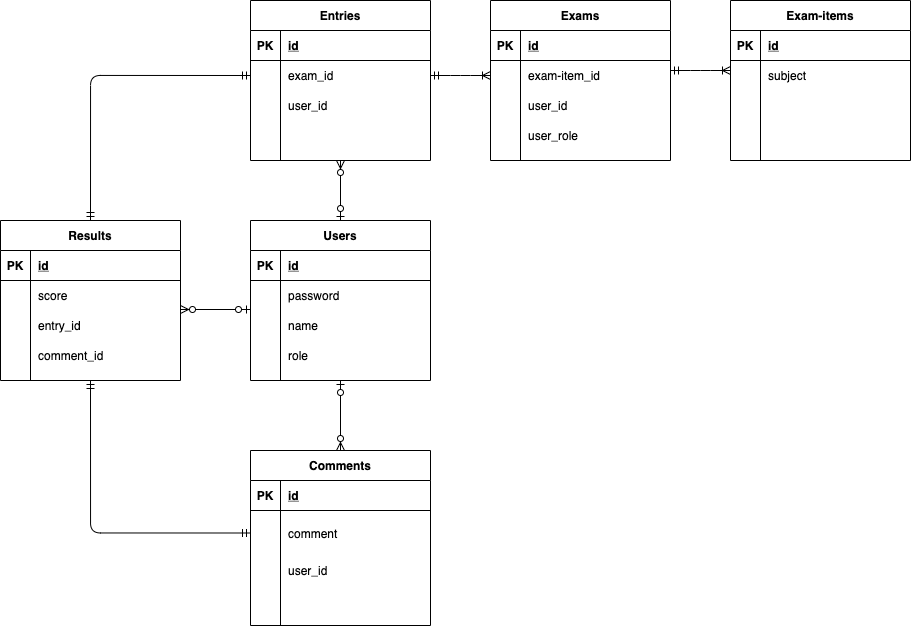
This is sample.drawio.png from takichee/coachtech-practice-er, a draw.io export, as it was before one commit. Source tidied: cells renumbered, new cells last; positions are measured from the earlier drawing's top-left corner, leaving out a move shared by most shapes.
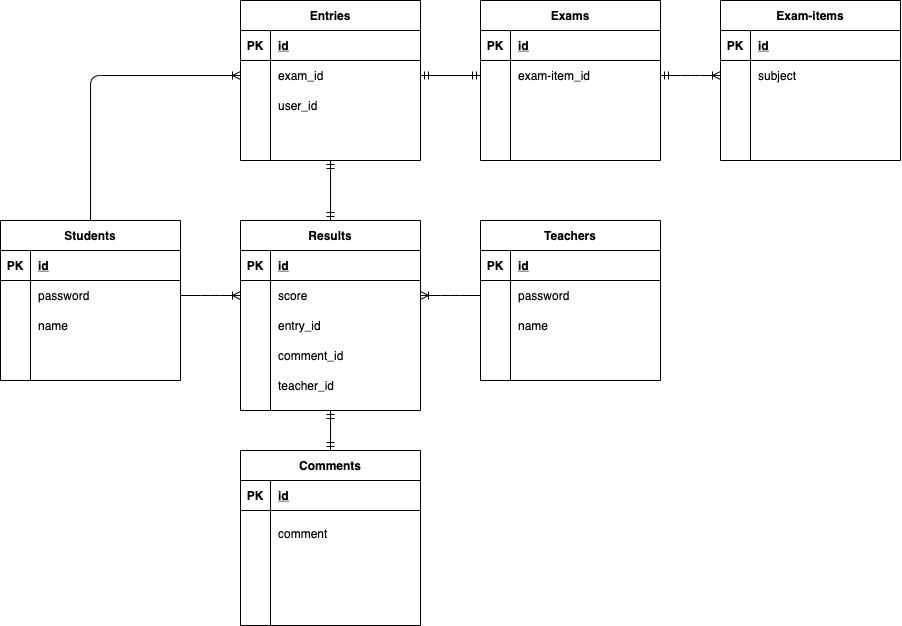
The same diagram one commit later.

The edit, as a diff of the source:
```diff
@@ -2,8 +2,8 @@
   <root>
     <mxCell id="0" />
     <mxCell id="1" parent="0" />
-    <mxCell id="2" value="Users" style="shape=table;startSize=30;rowLines=0;fontStyle=1;align=center;" parent="1" vertex="1">
-      <mxGeometry x="250" y="220" width="180" height="160" as="geometry" />
+    <mxCell id="2" value="Students" style="shape=table;startSize=30;rowLines=0;fontStyle=1;align=center;" parent="1" vertex="1">
+      <mxGeometry x="10" y="220" width="180" height="160" as="geometry" />
     </mxCell>
     <mxCell id="3" style="shape=partialRectangle;fillColor=none;top=0;left=0;bottom=1;right=0;" parent="2" vertex="1">
       <mxGeometry y="30" width="180" height="30" as="geometry" />
@@ -32,17 +32,17 @@
     <mxCell id="11" value="name" style="shape=partialRectangle;fillColor=none;top=0;left=0;bottom=0;right=0;align=left;spacingLeft=6;overflow=hidden;" parent="9" vertex="1">
       <mxGeometry x="30" width="150" height="30" as="geometry" />
     </mxCell>
-    <mxCell id="12" style="shape=partialRectangle;fillColor=none;top=0;left=0;bottom=0;right=0;" parent="2" vertex="1">
-      <mxGeometry y="120" width="180" height="30" as="geometry" />
-    </mxCell>
-    <mxCell id="13" style="shape=partialRectangle;fillColor=none;top=0;left=0;bottom=0;right=0;overflow=hidden;" parent="12" vertex="1">
-      <mxGeometry width="30" height="30" as="geometry" />
-    </mxCell>
-    <mxCell id="14" value="role" style="shape=partialRectangle;fillColor=none;top=0;left=0;bottom=0;right=0;align=left;spacingLeft=6;overflow=hidden;" parent="12" vertex="1">
-      <mxGeometry x="30" width="150" height="30" as="geometry" />
-    </mxCell>
+    <mxCell id="87" style="shape=partialRectangle;fillColor=none;top=0;left=0;bottom=0;right=0;" parent="2" vertex="1">
+      <mxGeometry y="120" width="180" height="30" as="geometry" />
+    </mxCell>
+    <mxCell id="88" style="shape=partialRectangle;fillColor=none;top=0;left=0;bottom=0;right=0;overflow=hidden;" parent="87" vertex="1">
+      <mxGeometry width="30" height="30" as="geometry" />
+    </mxCell>
+    <mxCell id="89" style="shape=partialRectangle;fillColor=none;top=0;left=0;bottom=0;right=0;align=left;spacingLeft=6;overflow=hidden;" parent="87" vertex="1">
+      <mxGeometry x="30" width="150" height="30" as="geometry" />
+    </mxCell>
     <mxCell id="15" value="Results" style="shape=table;startSize=30;rowLines=0;fontStyle=1;align=center;" parent="1" vertex="1">
-      <mxGeometry y="220" width="180" height="160" as="geometry" />
+      <mxGeometry x="250" y="220" width="180" height="190" as="geometry" />
     </mxCell>
     <mxCell id="16" style="shape=partialRectangle;fillColor=none;top=0;left=0;bottom=1;right=0;" parent="15" vertex="1">
       <mxGeometry y="30" width="180" height="30" as="geometry" />
@@ -80,6 +80,15 @@
     <mxCell id="27" value="comment_id" style="shape=partialRectangle;fillColor=none;top=0;left=0;bottom=0;right=0;align=left;spacingLeft=6;overflow=hidden;" parent="25" vertex="1">
       <mxGeometry x="30" width="150" height="30" as="geometry" />
     </mxCell>
+    <mxCell id="90" style="shape=partialRectangle;fillColor=none;top=0;left=0;bottom=0;right=0;" parent="15" vertex="1">
+      <mxGeometry y="150" width="180" height="30" as="geometry" />
+    </mxCell>
+    <mxCell id="91" style="shape=partialRectangle;fillColor=none;top=0;left=0;bottom=0;right=0;overflow=hidden;" parent="90" vertex="1">
+      <mxGeometry width="30" height="30" as="geometry" />
+    </mxCell>
+    <mxCell id="92" value="teacher_id" style="shape=partialRectangle;fillColor=none;top=0;left=0;bottom=0;right=0;align=left;spacingLeft=6;overflow=hidden;" parent="90" vertex="1">
+      <mxGeometry x="30" width="150" height="30" as="geometry" />
+    </mxCell>
     <mxCell id="28" value="Entries" style="shape=table;startSize=30;rowLines=0;fontStyle=1;align=center;" parent="1" vertex="1">
       <mxGeometry x="250" width="180" height="160" as="geometry" />
     </mxCell>
@@ -158,9 +167,6 @@
     <mxCell id="53" style="shape=partialRectangle;fillColor=none;top=0;left=0;bottom=0;right=0;align=left;spacingLeft=6;overflow=hidden;" parent="51" vertex="1">
       <mxGeometry x="30" width="150" height="30" as="geometry" />
     </mxCell>
-    <mxCell id="54" style="fontSize=12;html=1;endArrow=ERzeroToMany;startArrow=ERzeroToOne;exitX=0.5;exitY=0;exitDx=0;exitDy=0;entryX=0.5;entryY=1;entryDx=0;entryDy=0;" parent="1" edge="1" source="2" target="28">
-      <mxGeometry relative="1" as="geometry" />
-    </mxCell>
     <mxCell id="55" value="Exams" style="shape=table;startSize=30;rowLines=0;fontStyle=1;align=center;" parent="1" vertex="1">
       <mxGeometry x="490" width="180" height="160" as="geometry" />
     </mxCell>
@@ -188,7 +194,7 @@
     <mxCell id="63" style="shape=partialRectangle;fillColor=none;top=0;left=0;bottom=0;right=0;overflow=hidden;" parent="62" vertex="1">
       <mxGeometry width="30" height="30" as="geometry" />
     </mxCell>
-    <mxCell id="64" value="user_id" style="shape=partialRectangle;fillColor=none;top=0;left=0;bottom=0;right=0;align=left;spacingLeft=6;overflow=hidden;" parent="62" vertex="1">
+    <mxCell id="64" style="shape=partialRectangle;fillColor=none;top=0;left=0;bottom=0;right=0;align=left;spacingLeft=6;overflow=hidden;" parent="62" vertex="1">
       <mxGeometry x="30" width="150" height="30" as="geometry" />
     </mxCell>
     <mxCell id="65" style="shape=partialRectangle;fillColor=none;top=0;left=0;bottom=0;right=0;" parent="55" vertex="1">
@@ -197,7 +203,7 @@
     <mxCell id="66" style="shape=partialRectangle;fillColor=none;top=0;left=0;bottom=0;right=0;overflow=hidden;" parent="65" vertex="1">
       <mxGeometry width="30" height="30" as="geometry" />
     </mxCell>
-    <mxCell id="67" value="user_role" style="shape=partialRectangle;fillColor=none;top=0;left=0;bottom=0;right=0;align=left;spacingLeft=6;overflow=hidden;" parent="65" vertex="1">
+    <mxCell id="67" style="shape=partialRectangle;fillColor=none;top=0;left=0;bottom=0;right=0;align=left;spacingLeft=6;overflow=hidden;" parent="65" vertex="1">
       <mxGeometry x="30" width="150" height="30" as="geometry" />
     </mxCell>
     <mxCell id="68" value="Comments" style="shape=table;startSize=30;rowLines=0;fontStyle=1;align=center;" parent="1" vertex="1">
@@ -227,7 +233,7 @@
     <mxCell id="76" style="shape=partialRectangle;fillColor=none;top=0;left=0;bottom=0;right=0;overflow=hidden;" parent="75" vertex="1">
       <mxGeometry width="30" height="30" as="geometry" />
     </mxCell>
-    <mxCell id="77" value="user_id" style="shape=partialRectangle;fillColor=none;top=0;left=0;bottom=0;right=0;align=left;spacingLeft=6;overflow=hidden;" parent="75" vertex="1">
+    <mxCell id="77" style="shape=partialRectangle;fillColor=none;top=0;left=0;bottom=0;right=0;align=left;spacingLeft=6;overflow=hidden;" parent="75" vertex="1">
       <mxGeometry x="30" width="150" height="30" as="geometry" />
     </mxCell>
     <mxCell id="78" style="shape=partialRectangle;fillColor=none;top=0;left=0;bottom=0;right=0;" parent="68" vertex="1">
@@ -239,39 +245,67 @@
     <mxCell id="80" style="shape=partialRectangle;fillColor=none;top=0;left=0;bottom=0;right=0;align=left;spacingLeft=6;overflow=hidden;" parent="78" vertex="1">
       <mxGeometry x="30" width="150" height="30" as="geometry" />
     </mxCell>
-    <mxCell id="81" style="fontSize=12;html=1;endArrow=ERzeroToMany;startArrow=ERzeroToOne;entryX=0.5;entryY=0;entryDx=0;entryDy=0;" parent="1" edge="1" target="68">
-      <mxGeometry relative="1" as="geometry">
-        <mxPoint x="340" y="380" as="sourcePoint" />
-      </mxGeometry>
-    </mxCell>
-    <mxCell id="82" style="edgeStyle=orthogonalEdgeStyle;fontSize=12;html=1;endArrow=ERmandOne;startArrow=ERmandOne;exitX=0;exitY=0.5;exitDx=0;exitDy=0;entryX=0.5;entryY=1;entryDx=0;entryDy=0;" parent="1" edge="1" source="72" target="15">
-      <mxGeometry relative="1" as="geometry">
-        <Array as="points">
-          <mxPoint x="90" y="532" />
-        </Array>
-      </mxGeometry>
-    </mxCell>
-    <mxCell id="83" style="fontSize=12;html=1;endArrow=ERzeroToMany;startArrow=ERzeroToOne;" parent="1" edge="1">
-      <mxGeometry relative="1" as="geometry">
-        <mxPoint x="250" y="309" as="sourcePoint" />
-        <mxPoint x="180" y="309" as="targetPoint" />
-      </mxGeometry>
-    </mxCell>
-    <mxCell id="84" style="edgeStyle=entityRelationEdgeStyle;fontSize=12;html=1;endArrow=ERoneToMany;startArrow=ERmandOne;exitX=1;exitY=0.5;exitDx=0;exitDy=0;entryX=0;entryY=0.5;entryDx=0;entryDy=0;" parent="1" edge="1" source="32" target="59">
-      <mxGeometry relative="1" as="geometry" />
-    </mxCell>
-    <mxCell id="85" style="edgeStyle=entityRelationEdgeStyle;fontSize=12;html=1;endArrow=ERoneToMany;startArrow=ERmandOne;exitX=1;exitY=0.5;exitDx=0;exitDy=0;entryX=0;entryY=0.5;entryDx=0;entryDy=0;" parent="1" edge="1">
-      <mxGeometry relative="1" as="geometry">
-        <mxPoint x="670" y="70" as="sourcePoint" />
-        <mxPoint x="730" y="70" as="targetPoint" />
-      </mxGeometry>
+    <mxCell id="85" style="edgeStyle=entityRelationEdgeStyle;fontSize=12;html=1;endArrow=ERoneToMany;startArrow=ERmandOne;exitX=1;exitY=0.5;exitDx=0;exitDy=0;entryX=0;entryY=0.5;entryDx=0;entryDy=0;" parent="1" edge="1" source="59" target="45">
+      <mxGeometry relative="1" as="geometry" />
     </mxCell>
-    <mxCell id="86" style="edgeStyle=orthogonalEdgeStyle;fontSize=12;html=1;endArrow=ERmandOne;startArrow=ERmandOne;exitX=0;exitY=0.5;exitDx=0;exitDy=0;entryX=0.5;entryY=0;entryDx=0;entryDy=0;" parent="1" edge="1" source="32" target="15">
-      <mxGeometry relative="1" as="geometry">
-        <Array as="points">
-          <mxPoint x="90" y="75" />
-        </Array>
-      </mxGeometry>
+    <mxCell id="86" style="fontSize=12;html=1;endArrow=ERmandOne;startArrow=ERmandOne;exitX=0.5;exitY=1;exitDx=0;exitDy=0;entryX=0.5;entryY=0;entryDx=0;entryDy=0;" parent="1" edge="1" source="28" target="15">
+      <mxGeometry relative="1" as="geometry" />
     </mxCell>
+    <mxCell id="93" style="fontSize=12;html=1;endArrow=ERmandOne;startArrow=ERmandOne;exitX=0;exitY=0.5;exitDx=0;exitDy=0;entryX=1;entryY=0.5;entryDx=0;entryDy=0;" parent="1" edge="1" source="59" target="32">
+      <mxGeometry relative="1" as="geometry" />
+    </mxCell>
+    <mxCell id="94" value="Teachers" style="shape=table;startSize=30;rowLines=0;fontStyle=1;align=center;" parent="1" vertex="1">
+      <mxGeometry x="490" y="220" width="180" height="160" as="geometry" />
+    </mxCell>
+    <mxCell id="95" style="shape=partialRectangle;fillColor=none;top=0;left=0;bottom=1;right=0;" parent="94" vertex="1">
+      <mxGeometry y="30" width="180" height="30" as="geometry" />
+    </mxCell>
+    <mxCell id="96" value="PK" style="shape=partialRectangle;fillColor=none;top=0;left=0;bottom=0;right=0;fontStyle=1;overflow=hidden;" parent="95" vertex="1">
+      <mxGeometry width="30" height="30" as="geometry" />
+    </mxCell>
+    <mxCell id="97" value="id" style="shape=partialRectangle;fillColor=none;top=0;left=0;bottom=0;right=0;align=left;spacingLeft=6;fontStyle=5;overflow=hidden;" parent="95" vertex="1">
+      <mxGeometry x="30" width="150" height="30" as="geometry" />
+    </mxCell>
+    <mxCell id="98" style="shape=partialRectangle;fillColor=none;top=0;left=0;bottom=0;right=0;points=[[0,0.5],[1,0.5]];portConstraint=eastwest;" parent="94" vertex="1">
+      <mxGeometry y="60" width="180" height="30" as="geometry" />
+    </mxCell>
+    <mxCell id="99" style="shape=partialRectangle;fillColor=none;top=0;left=0;bottom=0;right=0;overflow=hidden;" parent="98" vertex="1">
+      <mxGeometry width="30" height="30" as="geometry" />
+    </mxCell>
+    <mxCell id="100" value="password" style="shape=partialRectangle;fillColor=none;top=0;left=0;bottom=0;right=0;align=left;spacingLeft=6;overflow=hidden;" parent="98" vertex="1">
+      <mxGeometry x="30" width="150" height="30" as="geometry" />
+    </mxCell>
+    <mxCell id="101" style="shape=partialRectangle;fillColor=none;top=0;left=0;bottom=0;right=0;" parent="94" vertex="1">
+      <mxGeometry y="90" width="180" height="30" as="geometry" />
+    </mxCell>
+    <mxCell id="102" style="shape=partialRectangle;fillColor=none;top=0;left=0;bottom=0;right=0;overflow=hidden;" parent="101" vertex="1">
+      <mxGeometry width="30" height="30" as="geometry" />
+    </mxCell>
+    <mxCell id="103" value="name" style="shape=partialRectangle;fillColor=none;top=0;left=0;bottom=0;right=0;align=left;spacingLeft=6;overflow=hidden;" parent="101" vertex="1">
+      <mxGeometry x="30" width="150" height="30" as="geometry" />
+    </mxCell>
+    <mxCell id="104" style="shape=partialRectangle;fillColor=none;top=0;left=0;bottom=0;right=0;" parent="94" vertex="1">
+      <mxGeometry y="120" width="180" height="30" as="geometry" />
+    </mxCell>
+    <mxCell id="105" style="shape=partialRectangle;fillColor=none;top=0;left=0;bottom=0;right=0;overflow=hidden;" parent="104" vertex="1">
+      <mxGeometry width="30" height="30" as="geometry" />
+    </mxCell>
+    <mxCell id="106" style="shape=partialRectangle;fillColor=none;top=0;left=0;bottom=0;right=0;align=left;spacingLeft=6;overflow=hidden;" parent="104" vertex="1">
+      <mxGeometry x="30" width="150" height="30" as="geometry" />
+    </mxCell>
+    <mxCell id="107" style="fontSize=12;html=1;endArrow=ERmandOne;startArrow=ERmandOne;exitX=0.5;exitY=0;exitDx=0;exitDy=0;" parent="1" edge="1" source="68">
+      <mxGeometry relative="1" as="geometry">
+        <mxPoint x="340" y="410" as="targetPoint" />
+      </mxGeometry>
+    </mxCell>
+    <mxCell id="108" style="edgeStyle=entityRelationEdgeStyle;fontSize=12;html=1;endArrow=ERoneToMany;exitX=1;exitY=0.5;exitDx=0;exitDy=0;entryX=0;entryY=0.5;entryDx=0;entryDy=0;" parent="1" edge="1" source="6" target="19">
+      <mxGeometry relative="1" as="geometry" />
+    </mxCell>
+    <mxCell id="109" style="edgeStyle=orthogonalEdgeStyle;fontSize=12;html=1;endArrow=ERoneToMany;exitX=0.5;exitY=0;exitDx=0;exitDy=0;entryX=0;entryY=0.5;entryDx=0;entryDy=0;" parent="1" edge="1" source="2" target="32">
+      <mxGeometry relative="1" as="geometry" />
+    </mxCell>
+    <mxCell id="110" style="edgeStyle=entityRelationEdgeStyle;fontSize=12;html=1;endArrow=ERoneToMany;entryX=1;entryY=0.5;entryDx=0;entryDy=0;exitX=0;exitY=0.5;exitDx=0;exitDy=0;" parent="1" edge="1" source="98" target="19">
+      <mxGeometry relative="1" as="geometry" />
+    </mxCell>
   </root>
 </mxGraphModel>
```
